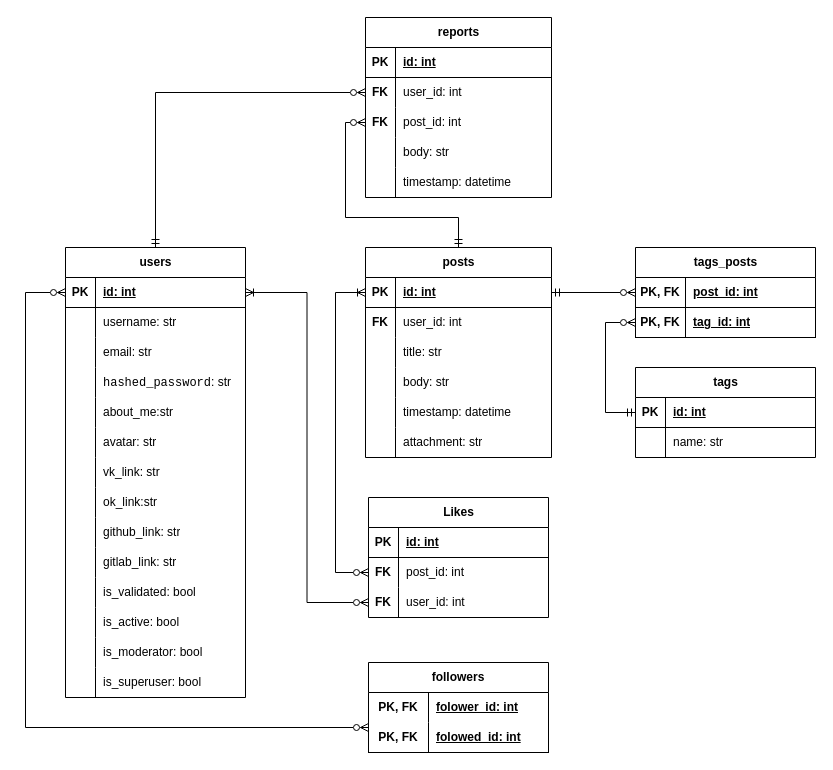
This is docs/diagrams/hosteypic_db.drawio from Forkenn/HosteyPic, a draw.io file, before an edit. Source tidied: cells renumbered, new cells numbered last; positions are measured from the earlier drawing's top-left corner, leaving out a move shared by most shapes. Both pictures are drawn from the tidied source at 100%, with x=0, y=0 at pixel (25, 17).
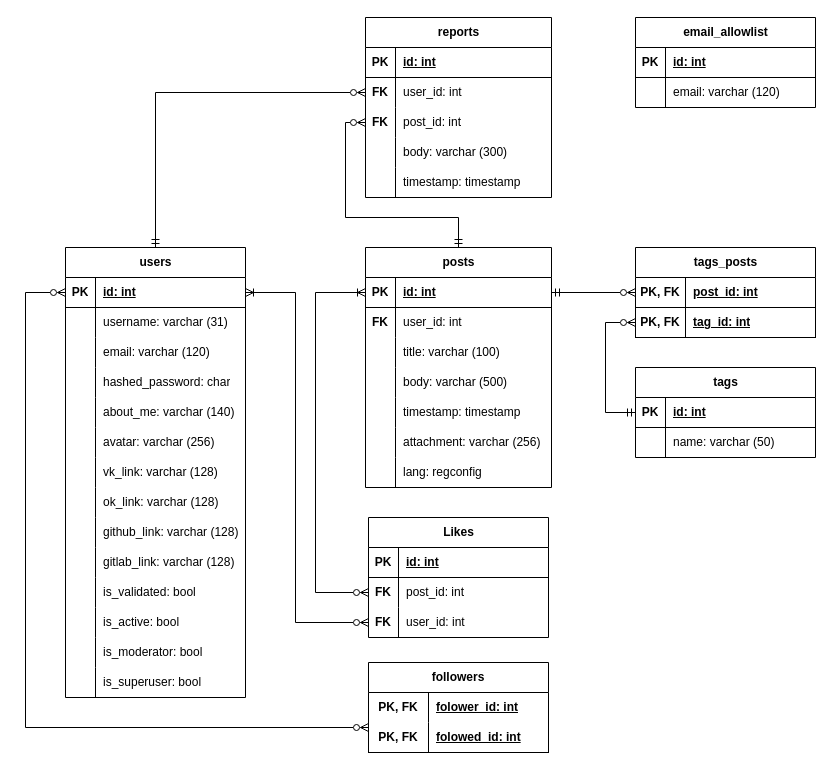
Above is the later version.

The change refers to these unchanged cells:
```xml
<mxCell id="3" style="shape=tableRow;horizontal=0;startSize=0;swimlaneHead=0;swimlaneBody=0;fillColor=none;points=[[0,0.5],[1,0.5]];portConstraint=eastwest;top=0;left=0;right=0;bottom=1;" parent="2" vertex="1">
  <mxGeometry y="30" width="180" height="30" as="geometry" />
</mxCell>
<mxCell id="6" style="shape=tableRow;horizontal=0;startSize=0;swimlaneHead=0;swimlaneBody=0;fillColor=none;top=0;left=0;right=0;bottom=0;" parent="2" vertex="1">
  <mxGeometry y="60" width="180" height="30" as="geometry" />
</mxCell>
<mxCell id="9" style="shape=tableRow;horizontal=0;startSize=0;swimlaneHead=0;swimlaneBody=0;fillColor=none;top=0;left=0;right=0;bottom=0;" parent="2" vertex="1">
  <mxGeometry y="90" width="180" height="30" as="geometry" />
</mxCell>
<mxCell id="12" style="shape=tableRow;horizontal=0;startSize=0;swimlaneHead=0;swimlaneBody=0;fillColor=none;top=0;left=0;right=0;bottom=0;" parent="2" vertex="1">
  <mxGeometry y="120" width="180" height="30" as="geometry" />
</mxCell>
<mxCell id="15" style="shape=tableRow;horizontal=0;startSize=0;swimlaneHead=0;swimlaneBody=0;fillColor=none;top=0;left=0;right=0;bottom=0;" parent="2" vertex="1">
  <mxGeometry y="150" width="180" height="30" as="geometry" />
</mxCell>
<mxCell id="18" style="shape=tableRow;horizontal=0;startSize=0;swimlaneHead=0;swimlaneBody=0;fillColor=none;top=0;left=0;right=0;bottom=0;" parent="2" vertex="1">
  <mxGeometry y="180" width="180" height="30" as="geometry" />
</mxCell>
<mxCell id="21" style="shape=tableRow;horizontal=0;startSize=0;swimlaneHead=0;swimlaneBody=0;fillColor=none;top=0;left=0;right=0;bottom=0;" parent="2" vertex="1">
  <mxGeometry y="210" width="180" height="30" as="geometry" />
</mxCell>
<mxCell id="24" style="shape=tableRow;horizontal=0;startSize=0;swimlaneHead=0;swimlaneBody=0;fillColor=none;top=0;left=0;right=0;bottom=0;" parent="2" vertex="1">
  <mxGeometry y="240" width="180" height="30" as="geometry" />
</mxCell>
<mxCell id="27" style="shape=tableRow;horizontal=0;startSize=0;swimlaneHead=0;swimlaneBody=0;fillColor=none;top=0;left=0;right=0;bottom=0;" parent="2" vertex="1">
  <mxGeometry y="270" width="180" height="30" as="geometry" />
</mxCell>
<mxCell id="30" style="shape=tableRow;horizontal=0;startSize=0;swimlaneHead=0;swimlaneBody=0;fillColor=none;top=0;left=0;right=0;bottom=0;" parent="2" vertex="1">
  <mxGeometry y="300" width="180" height="30" as="geometry" />
</mxCell>
<mxCell id="49" style="shape=tableRow;horizontal=0;startSize=0;swimlaneHead=0;swimlaneBody=0;fillColor=none;top=0;left=0;right=0;bottom=0;" parent="45" vertex="1">
  <mxGeometry y="60" width="180" height="30" as="geometry" />
</mxCell>
<mxCell id="64" style="shape=tableRow;horizontal=0;startSize=0;swimlaneHead=0;swimlaneBody=0;fillColor=none;points=[[0,0.5],[1,0.5]];portConstraint=eastwest;top=0;left=0;right=0;bottom=0;" parent="60" vertex="1">
  <mxGeometry y="60" width="180" height="30" as="geometry" />
</mxCell>
<mxCell id="67" style="shape=tableRow;horizontal=0;startSize=0;swimlaneHead=0;swimlaneBody=0;fillColor=none;points=[[0,0.5],[1,0.5]];portConstraint=eastwest;top=0;left=0;right=0;bottom=0;fontStyle=1;" parent="60" vertex="1">
  <mxGeometry y="90" width="180" height="30" as="geometry" />
</mxCell>
<mxCell id="71" style="shape=tableRow;horizontal=0;startSize=0;swimlaneHead=0;swimlaneBody=0;fillColor=none;points=[[0,0.5],[1,0.5]];portConstraint=eastwest;top=0;left=0;right=0;bottom=1;" parent="70" vertex="1">
  <mxGeometry y="30" width="186" height="30" as="geometry" />
</mxCell>
<mxCell id="77" style="shape=tableRow;horizontal=0;startSize=0;swimlaneHead=0;swimlaneBody=0;fillColor=none;top=0;left=0;right=0;bottom=0;" parent="70" vertex="1">
  <mxGeometry y="90" width="186" height="30" as="geometry" />
</mxCell>
<mxCell id="80" style="shape=tableRow;horizontal=0;startSize=0;swimlaneHead=0;swimlaneBody=0;fillColor=none;top=0;left=0;right=0;bottom=0;" parent="70" vertex="1">
  <mxGeometry y="120" width="186" height="30" as="geometry" />
</mxCell>
<mxCell id="83" style="shape=tableRow;horizontal=0;startSize=0;swimlaneHead=0;swimlaneBody=0;fillColor=none;top=0;left=0;right=0;bottom=0;" parent="70" vertex="1">
  <mxGeometry y="150" width="186" height="30" as="geometry" />
</mxCell>
<mxCell id="86" style="shape=tableRow;horizontal=0;startSize=0;swimlaneHead=0;swimlaneBody=0;fillColor=none;top=0;left=0;right=0;bottom=0;" parent="70" vertex="1">
  <mxGeometry y="180" width="186" height="30" as="geometry" />
</mxCell>
<mxCell id="101" value="reports" style="shape=table;startSize=30;childLayout=tableLayout;rowLines=0;fontStyle=1;align=center;html=1;" parent="1" vertex="1">
  <mxGeometry x="340" width="186" height="180" as="geometry" />
</mxCell>
<mxCell id="114" style="shape=tableRow;horizontal=0;startSize=0;swimlaneHead=0;swimlaneBody=0;fillColor=none;top=0;left=0;right=0;bottom=0;" parent="101" vertex="1">
  <mxGeometry y="150" width="186" height="30" as="geometry" />
</mxCell>
```

Change to the diagram source:
```diff
@@
-    <mxCell id="8" value="username: str" style="shape=partialRectangle;fillColor=none;top=0;left=0;bottom=0;right=0;align=left;spacingLeft=6;overflow=hidden;whiteSpace=wrap;html=1;" parent="6" vertex="1">
+    <mxCell id="8" value="username: &lt;span&gt;varchar&lt;/span&gt; (31)" style="shape=partialRectangle;fillColor=none;top=0;left=0;bottom=0;right=0;align=left;spacingLeft=6;overflow=hidden;whiteSpace=wrap;html=1;" parent="6" vertex="1">
       <mxGeometry x="30" width="150" height="30" as="geometry" />
     </mxCell>
@@
-    <mxCell id="11" value="email: str" style="shape=partialRectangle;fillColor=none;top=0;left=0;bottom=0;right=0;align=left;spacingLeft=6;overflow=hidden;whiteSpace=wrap;html=1;" parent="9" vertex="1">
+    <mxCell id="11" value="email: &lt;span&gt;varchar&lt;/span&gt; (120)" style="shape=partialRectangle;fillColor=none;top=0;left=0;bottom=0;right=0;align=left;spacingLeft=6;overflow=hidden;whiteSpace=wrap;html=1;" parent="9" vertex="1">
       <mxGeometry x="30" width="150" height="30" as="geometry" />
     </mxCell>
@@
-    <mxCell id="14" value="&lt;font face=&quot;Helvetica&quot;&gt;&lt;code&gt;hashed_password&lt;/code&gt;: str&lt;/font&gt;" style="shape=partialRectangle;fillColor=none;top=0;left=0;bottom=0;right=0;align=left;spacingLeft=6;overflow=hidden;whiteSpace=wrap;html=1;" parent="12" vertex="1">
+    <mxCell id="14" value="&lt;font face=&quot;Helvetica&quot;&gt;hashed_password: char&lt;/font&gt;" style="shape=partialRectangle;fillColor=none;top=0;left=0;bottom=0;right=0;align=left;spacingLeft=6;overflow=hidden;whiteSpace=wrap;html=1;" parent="12" vertex="1">
       <mxGeometry x="30" width="150" height="30" as="geometry" />
     </mxCell>
@@
-    <mxCell id="17" value="about_me:str" style="shape=partialRectangle;fillColor=none;top=0;left=0;bottom=0;right=0;align=left;spacingLeft=6;overflow=hidden;whiteSpace=wrap;html=1;" parent="15" vertex="1">
+    <mxCell id="17" value="about_me:&lt;span&gt; varchar&lt;/span&gt; (140)" style="shape=partialRectangle;fillColor=none;top=0;left=0;bottom=0;right=0;align=left;spacingLeft=6;overflow=hidden;whiteSpace=wrap;html=1;" parent="15" vertex="1">
       <mxGeometry x="30" width="150" height="30" as="geometry" />
     </mxCell>
@@
-    <mxCell id="20" value="avatar: str" style="shape=partialRectangle;fillColor=none;top=0;left=0;bottom=0;right=0;align=left;spacingLeft=6;overflow=hidden;whiteSpace=wrap;html=1;" parent="18" vertex="1">
+    <mxCell id="20" value="avatar: &lt;span&gt;varchar&lt;/span&gt; (256)" style="shape=partialRectangle;fillColor=none;top=0;left=0;bottom=0;right=0;align=left;spacingLeft=6;overflow=hidden;whiteSpace=wrap;html=1;" parent="18" vertex="1">
       <mxGeometry x="30" width="150" height="30" as="geometry" />
     </mxCell>
@@
-    <mxCell id="23" value="&lt;div&gt;vk_link: str&lt;br&gt;&lt;/div&gt;" style="shape=partialRectangle;fillColor=none;top=0;left=0;bottom=0;right=0;align=left;spacingLeft=6;overflow=hidden;whiteSpace=wrap;html=1;" parent="21" vertex="1">
+    <mxCell id="23" value="&lt;div&gt;vk_link: &lt;span&gt;varchar &lt;/span&gt;(128)&lt;/div&gt;" style="shape=partialRectangle;fillColor=none;top=0;left=0;bottom=0;right=0;align=left;spacingLeft=6;overflow=hidden;whiteSpace=wrap;html=1;" parent="21" vertex="1">
       <mxGeometry x="30" width="150" height="30" as="geometry" />
     </mxCell>
@@
-    <mxCell id="26" value="&lt;div&gt;ok_link:str&lt;/div&gt;" style="shape=partialRectangle;fillColor=none;top=0;left=0;bottom=0;right=0;align=left;spacingLeft=6;overflow=hidden;whiteSpace=wrap;html=1;" parent="24" vertex="1">
+    <mxCell id="26" value="&lt;div&gt;ok_link: &lt;span&gt;varchar &lt;/span&gt;(128)&lt;/div&gt;" style="shape=partialRectangle;fillColor=none;top=0;left=0;bottom=0;right=0;align=left;spacingLeft=6;overflow=hidden;whiteSpace=wrap;html=1;" parent="24" vertex="1">
       <mxGeometry x="30" width="150" height="30" as="geometry" />
     </mxCell>
@@
-    <mxCell id="29" value="&lt;div&gt;github_link: str&lt;br&gt;&lt;/div&gt;" style="shape=partialRectangle;fillColor=none;top=0;left=0;bottom=0;right=0;align=left;spacingLeft=6;overflow=hidden;whiteSpace=wrap;html=1;" parent="27" vertex="1">
+    <mxCell id="29" value="&lt;div&gt;github_link: &lt;span&gt;varchar &lt;/span&gt;(128)&lt;/div&gt;" style="shape=partialRectangle;fillColor=none;top=0;left=0;bottom=0;right=0;align=left;spacingLeft=6;overflow=hidden;whiteSpace=wrap;html=1;" parent="27" vertex="1">
       <mxGeometry x="30" width="150" height="30" as="geometry" />
     </mxCell>
@@
-    <mxCell id="32" value="&lt;div&gt;gitlab_link: str&lt;br&gt;&lt;/div&gt;" style="shape=partialRectangle;fillColor=none;top=0;left=0;bottom=0;right=0;align=left;spacingLeft=6;overflow=hidden;whiteSpace=wrap;html=1;" parent="30" vertex="1">
+    <mxCell id="32" value="&lt;div&gt;gitlab_link: &lt;span&gt;varchar &lt;/span&gt;(128)&lt;/div&gt;" style="shape=partialRectangle;fillColor=none;top=0;left=0;bottom=0;right=0;align=left;spacingLeft=6;overflow=hidden;whiteSpace=wrap;html=1;" parent="30" vertex="1">
       <mxGeometry x="30" width="150" height="30" as="geometry" />
     </mxCell>
@@
-    <mxCell id="51" value="name: str" style="shape=partialRectangle;fillColor=none;top=0;left=0;bottom=0;right=0;align=left;spacingLeft=6;overflow=hidden;whiteSpace=wrap;html=1;" parent="49" vertex="1">
+    <mxCell id="51" value="name: &lt;span&gt;varchar&lt;/span&gt; (50)" style="shape=partialRectangle;fillColor=none;top=0;left=0;bottom=0;right=0;align=left;spacingLeft=6;overflow=hidden;whiteSpace=wrap;html=1;" parent="49" vertex="1">
       <mxGeometry x="30" width="150" height="30" as="geometry" />
     </mxCell>
@@
     <mxCell id="60" value="Likes" style="shape=table;startSize=30;childLayout=tableLayout;rowLines=0;fontStyle=1;align=center;html=1;" parent="1" vertex="1">
-      <mxGeometry x="343" y="480" width="180" height="120" as="geometry" />
+      <mxGeometry x="343" y="500" width="180" height="120" as="geometry" />
     </mxCell>
@@
     <mxCell id="70" value="posts" style="shape=table;startSize=30;childLayout=tableLayout;rowLines=0;fontStyle=1;align=center;html=1;" parent="1" vertex="1">
-      <mxGeometry x="340" y="230" width="186" height="210" as="geometry" />
+      <mxGeometry x="340" y="230" width="186" height="240" as="geometry" />
     </mxCell>
@@
-    <mxCell id="79" value="title: str" style="shape=partialRectangle;fillColor=none;top=0;left=0;bottom=0;right=0;align=left;spacingLeft=6;overflow=hidden;whiteSpace=wrap;html=1;" parent="77" vertex="1">
+    <mxCell id="79" value="title: &lt;span&gt;varchar&lt;/span&gt; (100)" style="shape=partialRectangle;fillColor=none;top=0;left=0;bottom=0;right=0;align=left;spacingLeft=6;overflow=hidden;whiteSpace=wrap;html=1;" parent="77" vertex="1">
       <mxGeometry x="30" width="156" height="30" as="geometry" />
     </mxCell>
@@
-    <mxCell id="82" value="body: str" style="shape=partialRectangle;fillColor=none;top=0;left=0;bottom=0;right=0;align=left;spacingLeft=6;overflow=hidden;whiteSpace=wrap;html=1;" parent="80" vertex="1">
+    <mxCell id="82" value="body: &lt;span&gt;varchar&lt;/span&gt; (500)" style="shape=partialRectangle;fillColor=none;top=0;left=0;bottom=0;right=0;align=left;spacingLeft=6;overflow=hidden;whiteSpace=wrap;html=1;" parent="80" vertex="1">
       <mxGeometry x="30" width="156" height="30" as="geometry" />
     </mxCell>
@@
-    <mxCell id="85" value="timestamp: datetime" style="shape=partialRectangle;fillColor=none;top=0;left=0;bottom=0;right=0;align=left;spacingLeft=6;overflow=hidden;whiteSpace=wrap;html=1;" parent="83" vertex="1">
+    <mxCell id="85" value="timestamp: timestamp" style="shape=partialRectangle;fillColor=none;top=0;left=0;bottom=0;right=0;align=left;spacingLeft=6;overflow=hidden;whiteSpace=wrap;html=1;" parent="83" vertex="1">
       <mxGeometry x="30" width="156" height="30" as="geometry" />
     </mxCell>
@@
-    <mxCell id="88" value="attachment: str" style="shape=partialRectangle;fillColor=none;top=0;left=0;bottom=0;right=0;align=left;spacingLeft=6;overflow=hidden;whiteSpace=wrap;html=1;" parent="86" vertex="1">
+    <mxCell id="88" value="attachment: &lt;span&gt;varchar&lt;/span&gt; (256)" style="shape=partialRectangle;fillColor=none;top=0;left=0;bottom=0;right=0;align=left;spacingLeft=6;overflow=hidden;whiteSpace=wrap;html=1;" parent="86" vertex="1">
       <mxGeometry x="30" width="156" height="30" as="geometry" />
     </mxCell>
+    <mxCell id="118" style="shape=tableRow;horizontal=0;startSize=0;swimlaneHead=0;swimlaneBody=0;fillColor=none;top=0;left=0;right=0;bottom=0;" parent="70" vertex="1">
+      <mxGeometry y="210" width="186" height="30" as="geometry" />
+    </mxCell>
+    <mxCell id="119" style="shape=partialRectangle;fillColor=none;top=0;left=0;bottom=0;right=0;overflow=hidden;whiteSpace=wrap;html=1;" parent="118" vertex="1">
+      <mxGeometry width="30" height="30" as="geometry" />
+    </mxCell>
+    <mxCell id="120" value="lang: regconfig" style="shape=partialRectangle;fillColor=none;top=0;left=0;bottom=0;right=0;align=left;spacingLeft=6;overflow=hidden;whiteSpace=wrap;html=1;" parent="118" vertex="1">
+      <mxGeometry x="30" width="156" height="30" as="geometry" />
+    </mxCell>
@@
-    <mxCell id="98" style="edgeStyle=orthogonalEdgeStyle;rounded=0;jettySize=auto;html=1;entryX=0;entryY=0.5;entryDx=0;entryDy=0;startArrow=ERzeroToMany;startFill=0;endArrow=ERoneToMany;endFill=0;" parent="1" edge="1" source="64" target="71">
+    <mxCell id="98" style="edgeStyle=orthogonalEdgeStyle;rounded=0;jettySize=auto;html=1;entryX=0;entryY=0.5;entryDx=0;entryDy=0;startArrow=ERzeroToMany;startFill=0;endArrow=ERoneToMany;endFill=0;exitX=0;exitY=0.5;exitDx=0;exitDy=0;" parent="1" edge="1" source="64" target="71">
       <mxGeometry relative="1" as="geometry">
         <Array as="points">
-          <mxPoint x="310" y="555" />
-          <mxPoint x="310" y="275" />
+          <mxPoint x="290" y="575" />
+          <mxPoint x="290" y="275" />
         </Array>
       </mxGeometry>
     </mxCell>
     <mxCell id="99" style="edgeStyle=orthogonalEdgeStyle;rounded=0;jettySize=auto;html=1;entryX=1;entryY=0.5;entryDx=0;entryDy=0;endArrow=ERoneToMany;endFill=0;startArrow=ERzeroToMany;startFill=0;" parent="1" edge="1" source="67" target="3">
-      <mxGeometry relative="1" as="geometry" />
+      <mxGeometry relative="1" as="geometry">
+        <Array as="points">
+          <mxPoint x="270" y="605" />
+          <mxPoint x="270" y="275" />
+        </Array>
+      </mxGeometry>
     </mxCell>
@@
-    <mxCell id="111" style="shape=tableRow;horizontal=0;startSize=0;swimlaneHead=0;swimlaneBody=0;fillColor=none;top=0;left=0;right=0;bottom=0;" parent="101" vertex="1">
+    <mxCell id="111" style="shape=tableRow;horizontal=0;startSize=0;swimlaneHead=0;swimlaneBody=0;fillColor=none;top=0;left=0;right=0;bottom=0;fontStyle=0;" parent="101" vertex="1">
       <mxGeometry y="120" width="186" height="30" as="geometry" />
     </mxCell>
@@
-    <mxCell id="113" value="body: str" style="shape=partialRectangle;fillColor=none;top=0;left=0;bottom=0;right=0;align=left;spacingLeft=6;overflow=hidden;whiteSpace=wrap;html=1;" parent="111" vertex="1">
+    <mxCell id="113" value="body: &lt;span&gt;varchar&lt;/span&gt; (300)" style="shape=partialRectangle;fillColor=none;top=0;left=0;bottom=0;right=0;align=left;spacingLeft=6;overflow=hidden;whiteSpace=wrap;html=1;fontFamily=Helvetica;fontStyle=0;" parent="111" vertex="1">
       <mxGeometry x="30" width="156" height="30" as="geometry" />
     </mxCell>
@@
-    <mxCell id="116" value="timestamp: datetime" style="shape=partialRectangle;fillColor=none;top=0;left=0;bottom=0;right=0;align=left;spacingLeft=6;overflow=hidden;whiteSpace=wrap;html=1;" parent="114" vertex="1">
+    <mxCell id="116" value="timestamp: timestamp" style="shape=partialRectangle;fillColor=none;top=0;left=0;bottom=0;right=0;align=left;spacingLeft=6;overflow=hidden;whiteSpace=wrap;html=1;" parent="114" vertex="1">
       <mxGeometry x="30" width="156" height="30" as="geometry" />
     </mxCell>
@@
+    <mxCell id="121" value="email_allowlist" style="shape=table;startSize=30;childLayout=tableLayout;rowLines=0;fontStyle=1;align=center;html=1;fontFamily=Helvetica;" parent="1" vertex="1">
+      <mxGeometry x="610" width="180" height="90" as="geometry" />
+    </mxCell>
+    <mxCell id="122" style="shape=tableRow;horizontal=0;startSize=0;swimlaneHead=0;swimlaneBody=0;fillColor=none;top=0;left=0;right=0;bottom=1;" parent="121" vertex="1">
+      <mxGeometry y="30" width="180" height="30" as="geometry" />
+    </mxCell>
+    <mxCell id="123" value="PK" style="shape=partialRectangle;fillColor=none;top=0;left=0;bottom=0;right=0;fontStyle=1;overflow=hidden;whiteSpace=wrap;html=1;" parent="122" vertex="1">
+      <mxGeometry width="30" height="30" as="geometry" />
+    </mxCell>
+    <mxCell id="124" value="id: int" style="shape=partialRectangle;fillColor=none;top=0;left=0;bottom=0;right=0;align=left;spacingLeft=6;fontStyle=5;overflow=hidden;whiteSpace=wrap;html=1;" parent="122" vertex="1">
+      <mxGeometry x="30" width="150" height="30" as="geometry" />
+    </mxCell>
+    <mxCell id="125" style="shape=tableRow;horizontal=0;startSize=0;swimlaneHead=0;swimlaneBody=0;fillColor=none;top=0;left=0;right=0;bottom=0;" parent="121" vertex="1">
+      <mxGeometry y="60" width="180" height="30" as="geometry" />
+    </mxCell>
+    <mxCell id="126" style="shape=partialRectangle;fillColor=none;top=0;left=0;bottom=0;right=0;overflow=hidden;whiteSpace=wrap;html=1;" parent="125" vertex="1">
+      <mxGeometry width="30" height="30" as="geometry" />
+    </mxCell>
+    <mxCell id="127" value="email: varchar (120)" style="shape=partialRectangle;fillColor=none;top=0;left=0;bottom=0;right=0;align=left;spacingLeft=6;overflow=hidden;whiteSpace=wrap;html=1;" parent="125" vertex="1">
+      <mxGeometry x="30" width="150" height="30" as="geometry" />
+    </mxCell>
```
